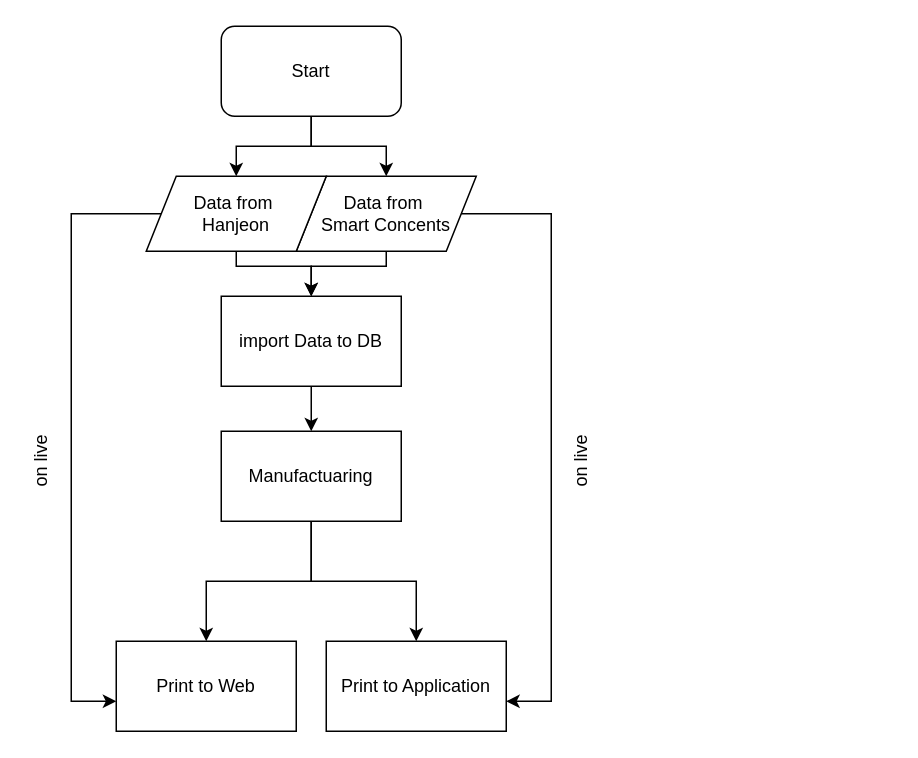
This is page "Page-1" (1 of 2) of Untitled Diagram.drawio from lot8229/Kdn-Algorithm, a draw.io file, before an edit. Source tidied: cells renumbered, new cells numbered last; positions are measured from the earlier drawing's top-left corner, leaving out a move shared by most shapes. Both pictures are drawn from the tidied source at 150%, with x=0, y=0 at pixel (-34, 26).
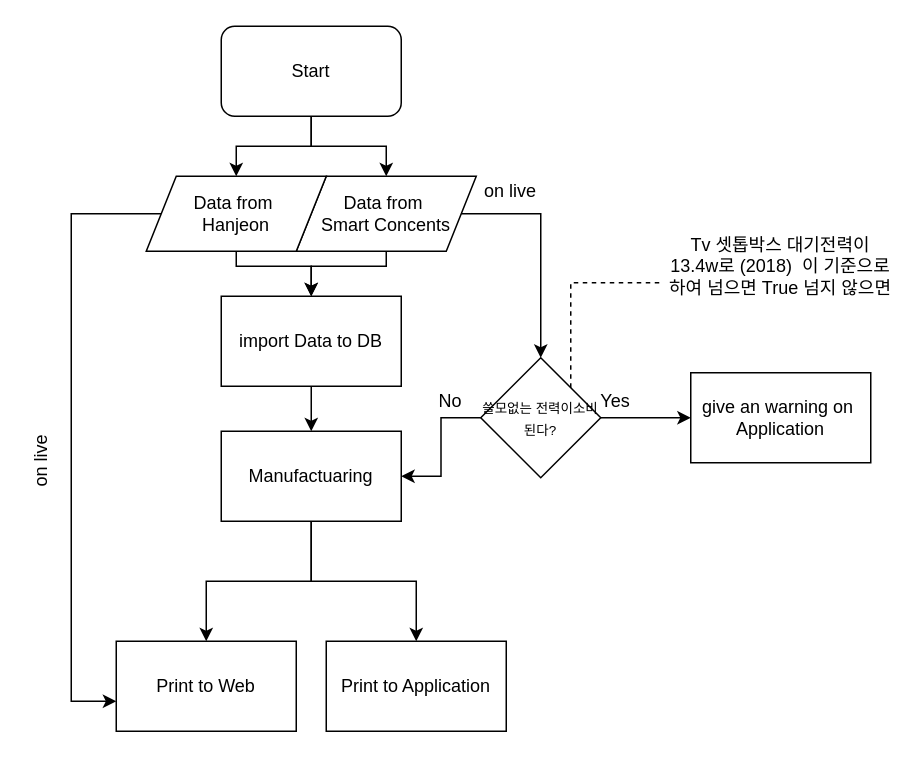
The same diagram, later.

Unchanged cells that the change refers to:
```xml
<mxCell id="7" value="Data from&amp;nbsp;&lt;br&gt;Smart Concents" style="shape=parallelogram;perimeter=parallelogramPerimeter;whiteSpace=wrap;html=1;fixedSize=1;" parent="1" vertex="1">
  <mxGeometry x="220" y="100" width="120" height="50" as="geometry" />
</mxCell>
<mxCell id="9" value="Print to Application" style="rounded=0;whiteSpace=wrap;html=1;" parent="1" vertex="1">
  <mxGeometry x="240" y="410" width="120" height="60" as="geometry" />
</mxCell>
<mxCell id="17" value="Manufactuaring" style="rounded=0;whiteSpace=wrap;html=1;" parent="1" vertex="1">
  <mxGeometry x="170" y="270" width="120" height="60" as="geometry" />
</mxCell>
```

Change to the diagram source:
```diff
@@
-    <mxCell id="5" style="edgeStyle=orthogonalEdgeStyle;rounded=0;jettySize=auto;html=1;exitX=1;exitY=0.5;exitDx=0;exitDy=0;entryX=1;entryY=0.667;entryDx=0;entryDy=0;entryPerimeter=0;" parent="1" edge="1" source="7" target="9">
-      <mxGeometry relative="1" as="geometry">
-        <Array as="points">
-          <mxPoint x="390" y="125" />
-          <mxPoint x="390" y="450" />
-        </Array>
-      </mxGeometry>
-    </mxCell>
@@
+    <mxCell id="20" style="edgeStyle=orthogonalEdgeStyle;rounded=0;jettySize=auto;html=1;endArrow=classic;endFill=1;" parent="1" edge="1" source="7" target="24">
+      <mxGeometry relative="1" as="geometry" />
+    </mxCell>
@@
-    <mxCell id="19" value="on live" style="text;html=1;strokeColor=none;fillColor=none;align=center;verticalAlign=middle;whiteSpace=wrap;rounded=0;rotation=-90;" parent="1" vertex="1">
-      <mxGeometry x="360" y="280" width="100" height="20" as="geometry" />
+    <mxCell id="19" value="on live" style="text;html=1;strokeColor=none;fillColor=none;align=center;verticalAlign=middle;whiteSpace=wrap;rounded=0;rotation=0;" parent="1" vertex="1">
+      <mxGeometry x="313" y="100" width="100" height="20" as="geometry" />
     </mxCell>
+    <mxCell id="21" style="edgeStyle=orthogonalEdgeStyle;rounded=0;jettySize=auto;html=1;" parent="1" edge="1" source="24">
+      <mxGeometry relative="1" as="geometry">
+        <mxPoint x="483" y="261" as="targetPoint" />
+      </mxGeometry>
+    </mxCell>
+    <mxCell id="22" style="edgeStyle=orthogonalEdgeStyle;rounded=0;jettySize=auto;html=1;exitX=1;exitY=0;exitDx=0;exitDy=0;dashed=1;endArrow=none;endFill=0;" parent="1" edge="1" source="24">
+      <mxGeometry relative="1" as="geometry">
+        <mxPoint x="463" y="171" as="targetPoint" />
+        <Array as="points">
+          <mxPoint x="403" y="171" />
+          <mxPoint x="453" y="171" />
+        </Array>
+      </mxGeometry>
+    </mxCell>
+    <mxCell id="23" style="edgeStyle=orthogonalEdgeStyle;rounded=0;jettySize=auto;html=1;entryX=1;entryY=0.5;entryDx=0;entryDy=0;endArrow=classic;endFill=1;" parent="1" edge="1" source="24" target="17">
+      <mxGeometry relative="1" as="geometry" />
+    </mxCell>
+    <mxCell id="24" value="&lt;font style=&quot;font-size: 9px&quot;&gt;쓸모없는 전력이소비된다?&lt;/font&gt;" style="rhombus;whiteSpace=wrap;html=1;" parent="1" vertex="1">
+      <mxGeometry x="343" y="221" width="80" height="80" as="geometry" />
+    </mxCell>
+    <mxCell id="25" value="Yes" style="text;html=1;strokeColor=none;fillColor=none;align=center;verticalAlign=middle;whiteSpace=wrap;rounded=0;" parent="1" vertex="1">
+      <mxGeometry x="413" y="240" width="40" height="20" as="geometry" />
+    </mxCell>
+    <mxCell id="26" value="No" style="text;html=1;strokeColor=none;fillColor=none;align=center;verticalAlign=middle;whiteSpace=wrap;rounded=0;" parent="1" vertex="1">
+      <mxGeometry x="303" y="240" width="40" height="20" as="geometry" />
+    </mxCell>
+    <mxCell id="27" value="give an warning on&amp;nbsp;&lt;br&gt;Application" style="rounded=0;whiteSpace=wrap;html=1;" parent="1" vertex="1">
+      <mxGeometry x="483" y="231" width="120" height="60" as="geometry" />
+    </mxCell>
+    <mxCell id="28" value="Tv 셋톱박스 대기전력이 13.4w로 (2018)&amp;nbsp; 이 기준으로 하여 넘으면 True 넘지 않으면" style="text;html=1;strokeColor=none;fillColor=none;align=center;verticalAlign=middle;whiteSpace=wrap;rounded=0;" parent="1" vertex="1">
+      <mxGeometry x="468" y="79" width="150" height="161" as="geometry" />
+    </mxCell>
```
